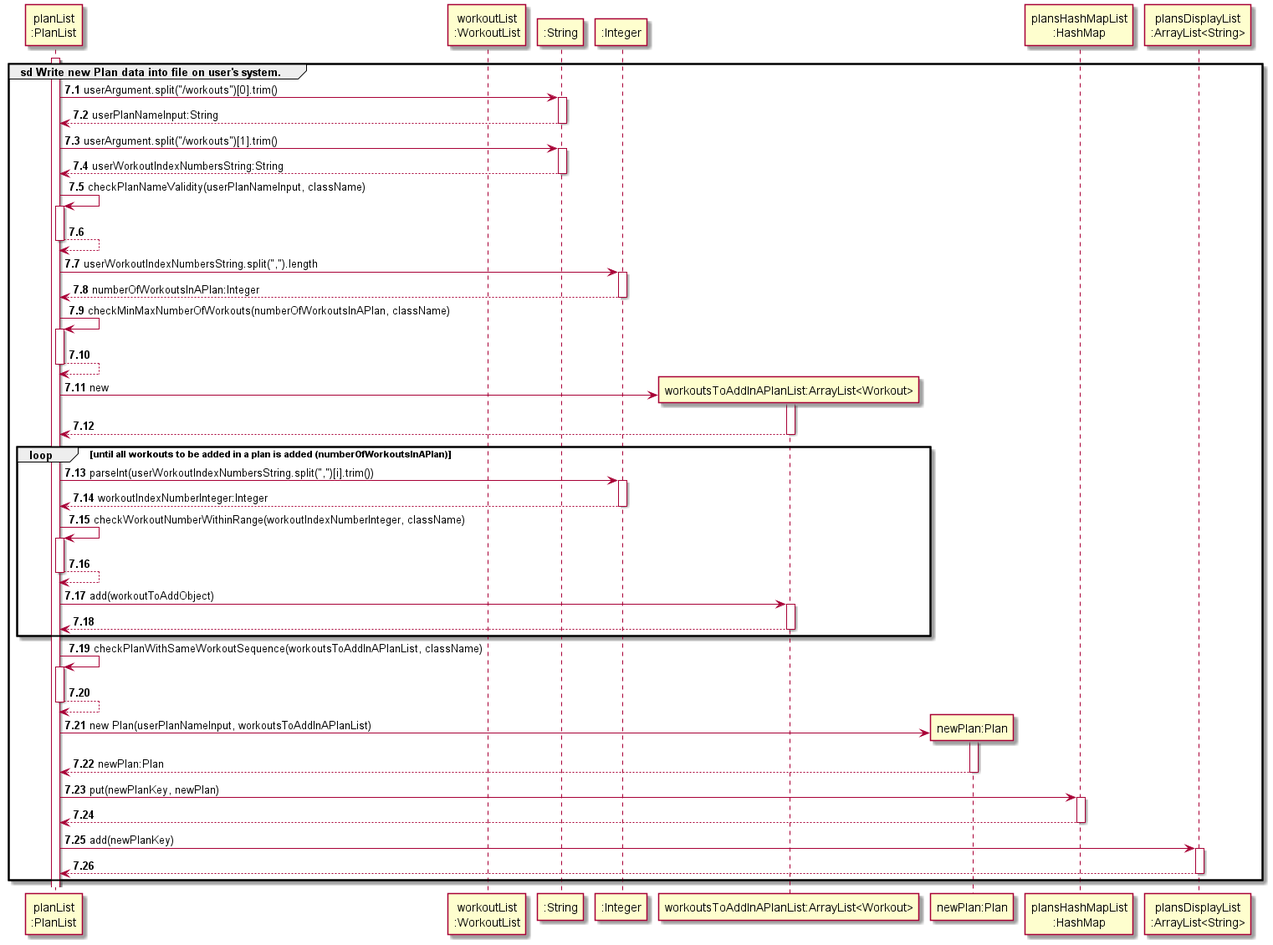
This is docs/uml/sequenceDiagrams/images/createPlan-Part2.png from nus-cs2113-AY2122S2/tp, a PlantUML export, as it was before one commit. Source of this version:
```plantuml
@startuml
!include ../Style.puml

autonumber 7.1

participant "planList\n:PlanList" AS pl
participant "workoutList\n:WorkoutList" AS wl

activate pl
group sd Write new Plan data into file on user's system.
pl -> ":String" : userArgument.split("/workouts")[0].trim()
activate ":String"
return userPlanNameInput:String
deactivate ":String"

pl -> ":String" : userArgument.split("/workouts")[1].trim()
activate ":String"
return userWorkoutIndexNumbersString:String
deactivate ":String"

pl -> pl : checkPlanNameValidity(userPlanNameInput, className)
activate pl
return

pl -> ":Integer" : userWorkoutIndexNumbersString.split(",").length
activate ":Integer"
return numberOfWorkoutsInAPlan:Integer
deactivate ":Integer"

pl -> pl : checkMinMaxNumberOfWorkouts(numberOfWorkoutsInAPlan, className)
activate pl
return

create "workoutsToAddInAPlanList:ArrayList<Workout>" AS wtoadd
pl -> wtoadd : new
activate wtoadd
return

loop until all workouts to be added in a plan is added (numberOfWorkoutsInAPlan)
pl -> ":Integer" : parseInt(userWorkoutIndexNumbersString.split(",")[i].trim())
activate ":Integer"
return workoutIndexNumberInteger:Integer
deactivate ":Integer"

pl -> pl : checkWorkoutNumberWithinRange(workoutIndexNumberInteger, className)
activate pl
return

pl -> wtoadd : add(workoutToAddObject)
activate wtoadd
return
end

pl -> pl : checkPlanWithSameWorkoutSequence(workoutsToAddInAPlanList, className)
activate pl
return

create "newPlan:Plan" AS newPlan
pl -> newPlan : new Plan(userPlanNameInput, workoutsToAddInAPlanList)
activate newPlan
return newPlan:Plan

pl -> "plansHashMapList\n:HashMap" : put(newPlanKey, newPlan)
activate "plansHashMapList\n:HashMap"
return

pl -> "plansDisplayList\n:ArrayList<String>" : add(newPlanKey)
activate "plansDisplayList\n:ArrayList<String>"
return

end
@enduml
```
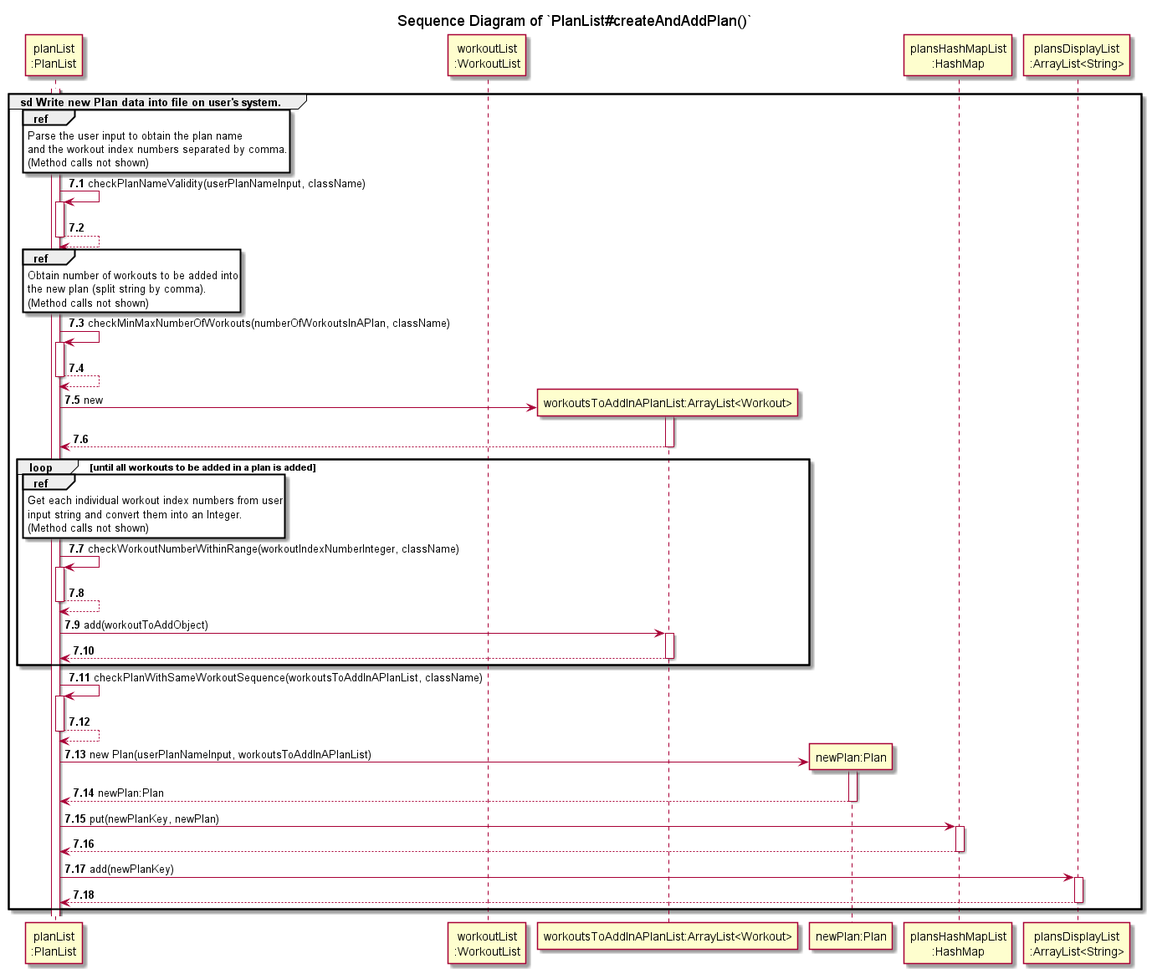
After the change.

Commit message:
Simplify sequence diagram

Change to the diagram source:
```diff
@@ -2,30 +2,31 @@
 !include ../Style.puml
 
 autonumber 7.1
+
+title Sequence Diagram of `PlanList#createAndAddPlan()`
 
 participant "planList\n:PlanList" AS pl
 participant "workoutList\n:WorkoutList" AS wl
 
 activate pl
 group sd Write new Plan data into file on user's system.
-pl -> ":String" : userArgument.split("/workouts")[0].trim()
-activate ":String"
-return userPlanNameInput:String
-deactivate ":String"
 
-pl -> ":String" : userArgument.split("/workouts")[1].trim()
-activate ":String"
-return userWorkoutIndexNumbersString:String
-deactivate ":String"
+ref over pl
+Parse the user input to obtain the plan name
+and the workout index numbers separated by comma.
+(Method calls not shown)
+end
 
 pl -> pl : checkPlanNameValidity(userPlanNameInput, className)
 activate pl
 return
 
-pl -> ":Integer" : userWorkoutIndexNumbersString.split(",").length
-activate ":Integer"
-return numberOfWorkoutsInAPlan:Integer
-deactivate ":Integer"
+
+ref over pl
+Obtain number of workouts to be added into
+the new plan (split string by comma).
+(Method calls not shown)
+end
 
 pl -> pl : checkMinMaxNumberOfWorkouts(numberOfWorkoutsInAPlan, className)
 activate pl
@@ -36,11 +37,13 @@
 activate wtoadd
 return
 
-loop until all workouts to be added in a plan is added (numberOfWorkoutsInAPlan)
-pl -> ":Integer" : parseInt(userWorkoutIndexNumbersString.split(",")[i].trim())
-activate ":Integer"
-return workoutIndexNumberInteger:Integer
-deactivate ":Integer"
+loop until all workouts to be added in a plan is added
+
+ref over pl
+Get each individual workout index numbers from user
+input string and convert them into an Integer.
+(Method calls not shown)
+end
 
 pl -> pl : checkWorkoutNumberWithinRange(workoutIndexNumberInteger, className)
 activate pl
```
